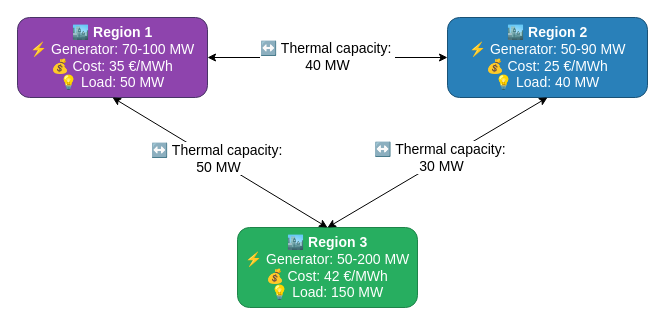
Above: doc/assets/2_QSE_Adequacy_scheme.drawio in AntaresSimulatorTeam/GEMS (draw.io), before the change. Source tidied: cells renumbered, new cells numbered last; positions are measured from the earlier drawing's top-left corner, leaving out a move shared by most shapes. Both pictures are drawn from the tidied source at 100%, with x=0, y=0 at pixel (17, 17).
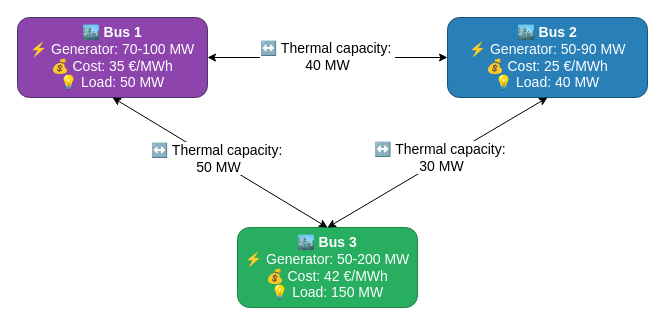
After the change.

Commit message (it also covers changes not shown here):
add diagram for ports

Diff of the diagram source:
```diff
@@
 <mxGraphModel>
   <root>
     <mxCell id="0" />
     <mxCell id="1" parent="0" />
-    <mxCell id="2" value="&lt;b&gt;🏙️ Region 1&lt;/b&gt;&lt;br&gt;⚡ Generator: 70-100 MW&lt;br&gt;💰 Cost: 35 €/MWh&lt;br&gt;💡 Load: 50 MW" style="rounded=1;whiteSpace=wrap;html=1;fillColor=#8E44AD;strokeColor=#483465;fontColor=#FFFFFF;align=center;fontSize=14;" parent="1" vertex="1">
+    <mxCell id="2" value="&lt;b&gt;🏙️ Bus 1&lt;/b&gt;&lt;br&gt;⚡ Generator: 70-100 MW&lt;br&gt;💰 Cost: 35 €/MWh&lt;br&gt;💡 Load: 50 MW" style="rounded=1;whiteSpace=wrap;html=1;fillColor=#8E44AD;strokeColor=#483465;fontColor=#FFFFFF;align=center;fontSize=14;" parent="1" vertex="1">
       <mxGeometry width="190" height="80" as="geometry" />
     </mxCell>
-    <mxCell id="3" value="&lt;b&gt;🏙️ Region 2&lt;/b&gt;&lt;br&gt;⚡ Generator: 50-90 MW&lt;br&gt;💰 Cost: 25 €/MWh&lt;br&gt;💡 Load: 40 MW" style="rounded=1;whiteSpace=wrap;html=1;fillColor=#2980B9;strokeColor=#1A5276;fontColor=#FFFFFF;align=center;fontSize=14;" parent="1" vertex="1">
+    <mxCell id="3" value="&lt;b&gt;🏙️ Bus 2&lt;/b&gt;&lt;br&gt;⚡ Generator: 50-90 MW&lt;br&gt;💰 Cost: 25 €/MWh&lt;br&gt;💡 Load: 40 MW" style="rounded=1;whiteSpace=wrap;html=1;fillColor=#2980B9;strokeColor=#1A5276;fontColor=#FFFFFF;align=center;fontSize=14;" parent="1" vertex="1">
       <mxGeometry x="430" width="200" height="80" as="geometry" />
     </mxCell>
-    <mxCell id="4" value="&lt;b&gt;🏙️ Region 3&lt;/b&gt;&lt;br&gt;⚡ Generator: 50-200 MW&lt;br&gt;💰 Cost: 42 €/MWh&lt;br&gt;💡 Load: 150 MW" style="rounded=1;whiteSpace=wrap;html=1;fillColor=#27AE60;strokeColor=#1E8449;fontColor=#FFFFFF;align=center;fontSize=14;" parent="1" vertex="1">
+    <mxCell id="4" value="&lt;b&gt;🏙️ Bus 3&lt;/b&gt;&lt;br&gt;⚡ Generator: 50-200 MW&lt;br&gt;💰 Cost: 42 €/MWh&lt;br&gt;💡 Load: 150 MW" style="rounded=1;whiteSpace=wrap;html=1;fillColor=#27AE60;strokeColor=#1E8449;fontColor=#FFFFFF;align=center;fontSize=14;" parent="1" vertex="1">
       <mxGeometry x="220" y="210" width="180" height="80" as="geometry" />
     </mxCell>
     <mxCell id="5" style="startArrow=classic;rounded=0;endArrow=classic;endFill=1;html=1;strokeColor=#000000;exitX=1;exitY=0.5;entryX=0;entryY=0.5;" parent="1" edge="1" source="2" target="3">
       <mxGeometry relative="1" as="geometry" />
     </mxCell>
     <mxCell id="6" value="&lt;font style=&quot;forced-color-adjust: none; font-family: Helvetica; font-style: normal; font-variant-ligatures: normal; font-variant-caps: normal; font-weight: 400; letter-spacing: normal; orphans: 2; text-align: center; text-indent: 0px; text-transform: none; widows: 2; word-spacing: 0px; -webkit-text-stroke-width: 0px; white-space: nowrap; text-decoration-thickness: initial; text-decoration-style: initial; text-decoration-color: initial; color: rgb(0, 0, 0); background-color: light-dark(#FFFFFF,var(--ge-dark-color, #121212)); font-size: 14px;&quot;&gt;↔️ Thermal capacity:&amp;nbsp;&lt;/font&gt;&lt;div style=&quot;forced-color-adjust: none; color: rgb(127, 140, 141); font-family: Helvetica; font-style: normal; font-variant-ligatures: normal; font-variant-caps: normal; font-weight: 400; letter-spacing: normal; orphans: 2; text-align: center; text-indent: 0px; text-transform: none; widows: 2; word-spacing: 0px; -webkit-text-stroke-width: 0px; white-space: nowrap; text-decoration-thickness: initial; text-decoration-style: initial; text-decoration-color: initial;&quot;&gt;&lt;font style=&quot;forced-color-adjust: none; color: rgb(0, 0, 0); background-color: light-dark(#FFFFFF,var(--ge-dark-color, #121212)); font-size: 14px;&quot;&gt;40 MW&lt;/font&gt;&lt;/div&gt;" style="edgeLabel;html=1;align=center;verticalAlign=middle;" parent="5" vertex="1">
       <mxGeometry x="-0.01" y="2" relative="1" as="geometry" />
     </mxCell>
     <mxCell id="7" style="startArrow=classic;rounded=0;endArrow=classic;endFill=1;html=1;strokeColor=#000000;exitX=0.5;exitY=1;entryX=0.5;entryY=0;" parent="1" edge="1" source="3" target="4">
       <mxGeometry relative="1" as="geometry" />
     </mxCell>
     <mxCell id="8" value="&lt;span style=&quot;background-color: rgb(255, 255, 255);&quot;&gt;&lt;font style=&quot;font-size: 14px;&quot;&gt;↔️ Thermal capacity:&lt;/font&gt;&lt;/span&gt;&lt;span style=&quot;font-size: 12px; background-color: rgb(255, 255, 255);&quot;&gt;&amp;nbsp;&lt;/span&gt;&lt;div&gt;&lt;span style=&quot;background-color: rgb(255, 255, 255);&quot;&gt;&lt;font style=&quot;font-size: 14px;&quot;&gt;30 MW&lt;/font&gt;&lt;/span&gt;&lt;/div&gt;" style="edgeLabel;html=1;align=center;verticalAlign=middle;" parent="7" vertex="1">
       <mxGeometry x="-0.14" relative="1" as="geometry">
         <mxPoint x="-12" y="4" as="offset" />
       </mxGeometry>
     </mxCell>
     <mxCell id="9" style="startArrow=classic;rounded=0;endArrow=classic;endFill=1;html=1;strokeColor=#000000;exitX=0.5;exitY=0;entryX=0.5;entryY=1;" parent="1" edge="1" source="4" target="2">
       <mxGeometry relative="1" as="geometry" />
     </mxCell>
     <mxCell id="10" value="&lt;span style=&quot;background-color: rgb(255, 255, 255);&quot;&gt;&lt;font style=&quot;font-size: 14px;&quot;&gt;↔️ Thermal capacity:&amp;nbsp;&lt;/font&gt;&lt;/span&gt;&lt;div&gt;&lt;span style=&quot;background-color: rgb(255, 255, 255);&quot;&gt;&lt;font style=&quot;font-size: 14px;&quot;&gt;50 MW&lt;/font&gt;&lt;/span&gt;&lt;/div&gt;" style="edgeLabel;html=1;align=center;verticalAlign=middle;" parent="9" vertex="1">
       <mxGeometry x="-0.01" y="-2" relative="1" as="geometry">
         <mxPoint x="-4" y="-4" as="offset" />
       </mxGeometry>
     </mxCell>
   </root>
 </mxGraphModel>
```
